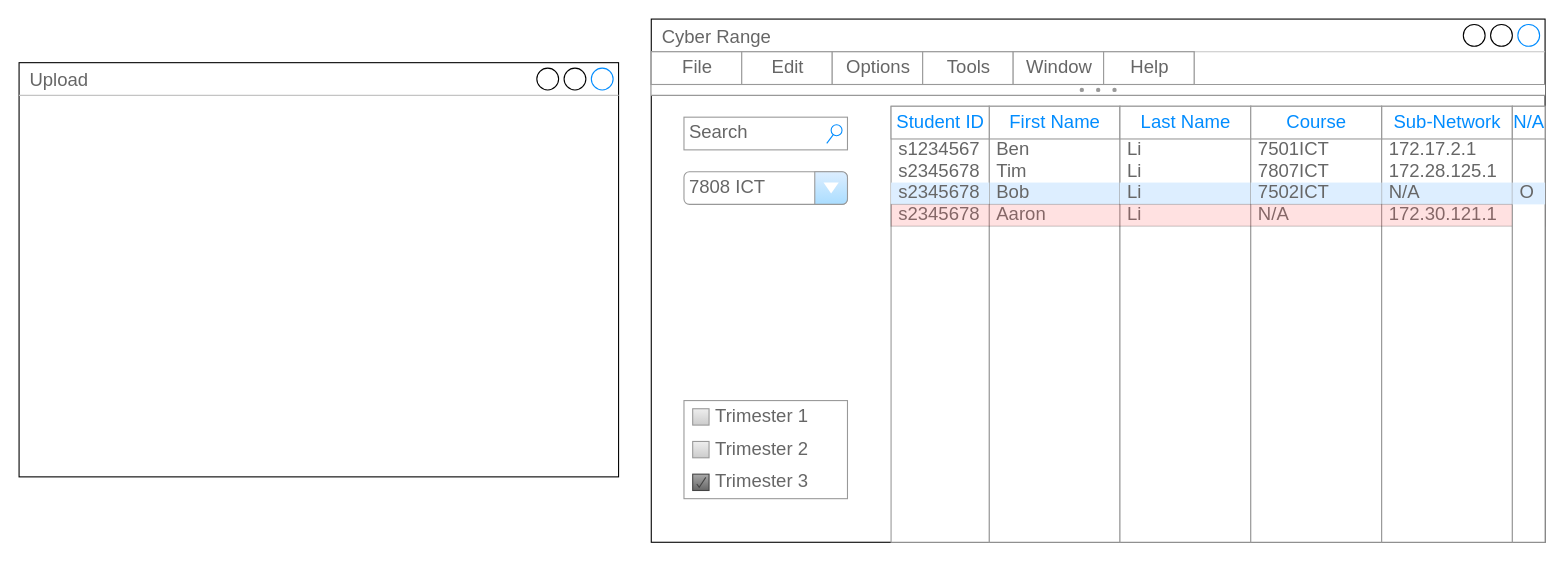
pleycothh/Csharp_Learning_Note keeps this draw.io diagram as page "UI Design" (4 of 4) of Project_Plan.drawio. Above is the earlier version. Source tidied: cells renumbered, new cells numbered last; positions are measured from the earlier drawing's top-left corner, leaving out a move shared by most shapes. Both pictures are drawn from the tidied source at 109%, with x=0, y=0 at pixel (19, 19).
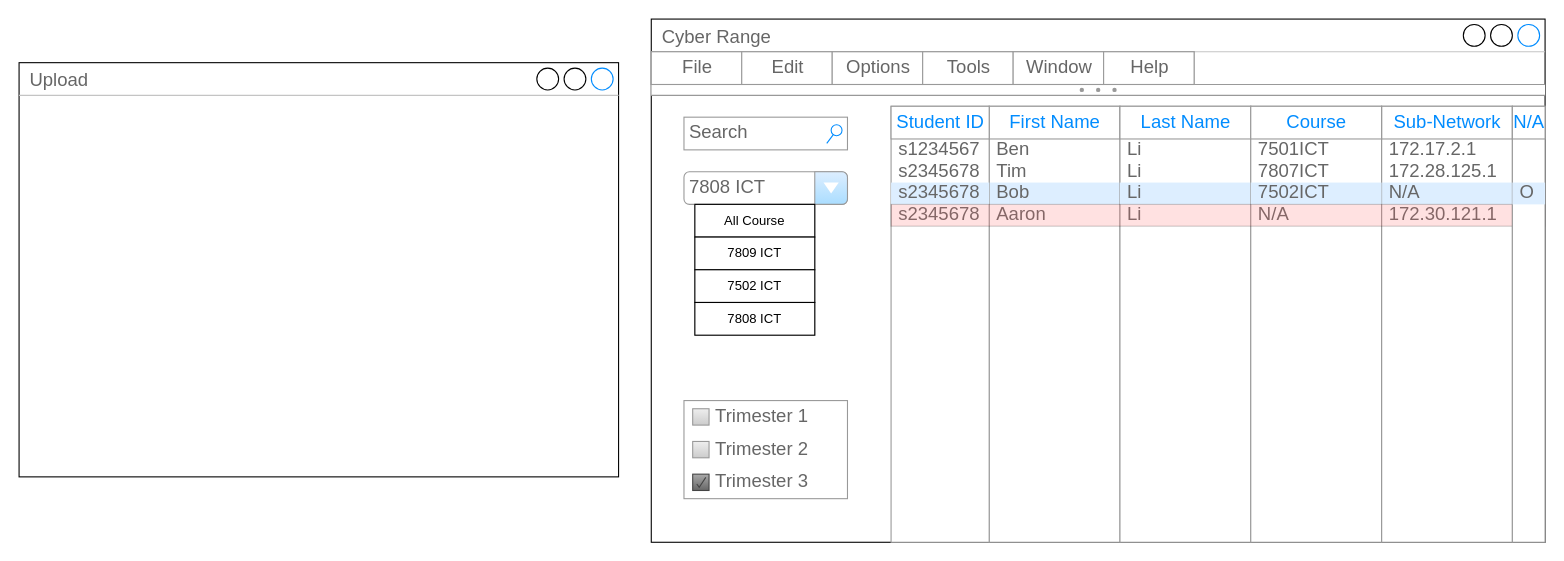
The same page after the edit.

What changed in the source:
```diff
@@
+    <mxCell id="55" style="strokeWidth=1;shadow=0;dashed=0;align=center;html=1;shape=mxgraph.mockup.forms.rrect;rSize=0;strokeColor=#999999;fillColor=#ffffff;" parent="1" vertex="1">
+      <mxGeometry x="620" y="170" width="110" height="120" as="geometry" />
+    </mxCell>
+    <mxCell id="56" value="All Course" style="rounded=0;whiteSpace=wrap;html=1;" parent="1" vertex="1">
+      <mxGeometry x="620" y="170" width="110" height="30" as="geometry" />
+    </mxCell>
+    <mxCell id="57" value="7809 ICT" style="rounded=0;whiteSpace=wrap;html=1;" parent="1" vertex="1">
+      <mxGeometry x="620" y="200" width="110" height="30" as="geometry" />
+    </mxCell>
+    <mxCell id="58" value="7502 ICT" style="rounded=0;whiteSpace=wrap;html=1;" parent="1" vertex="1">
+      <mxGeometry x="620" y="230" width="110" height="30" as="geometry" />
+    </mxCell>
+    <mxCell id="59" value="7808 ICT" style="rounded=0;whiteSpace=wrap;html=1;" parent="1" vertex="1">
+      <mxGeometry x="620" y="260" width="110" height="30" as="geometry" />
+    </mxCell>
```
